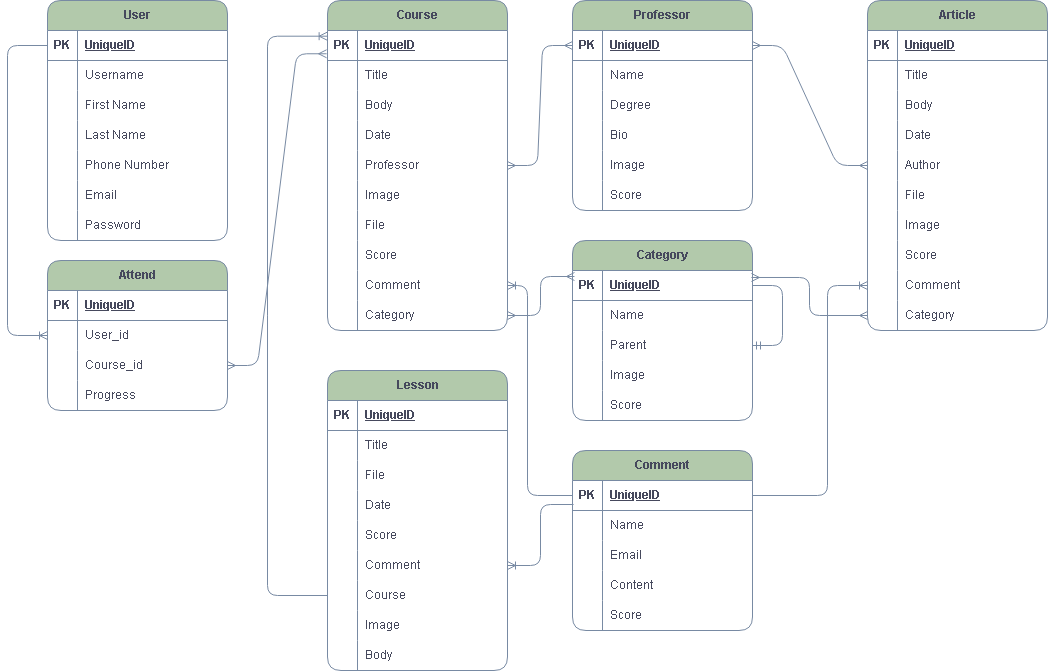
Earlier version of the draw.io export ER diagram/ERD.png (Saeid-Shakeri/AiLearning). Source tidied: cells renumbered, new cells last; positions are measured from the earlier drawing's top-left corner, leaving out a move shared by most shapes.
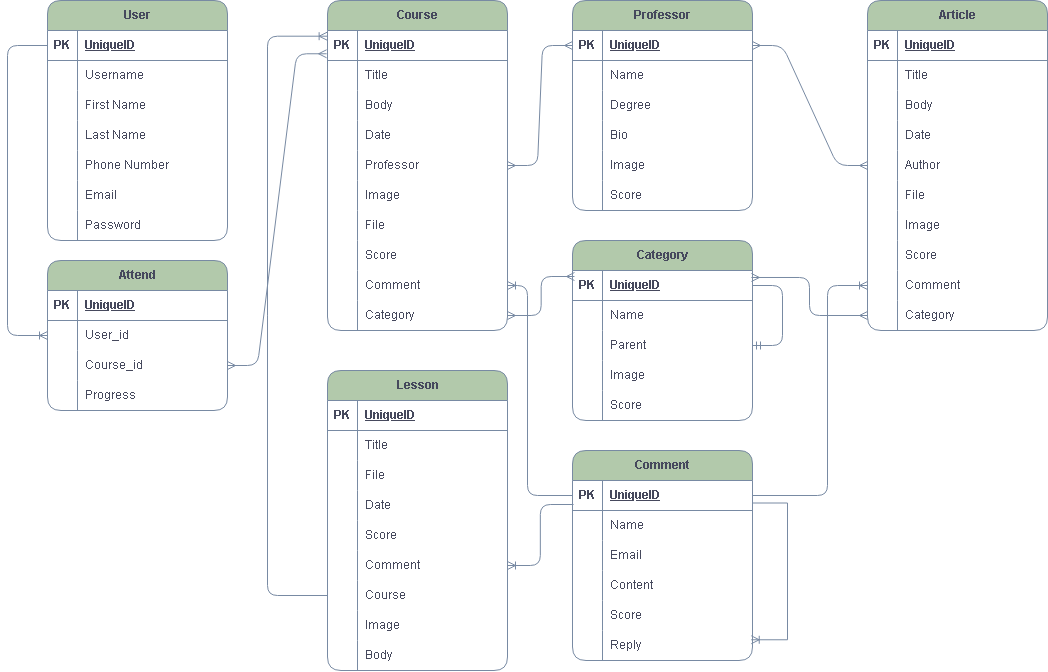
After the commit.

What changed in the source:
```diff
@@ -301,7 +301,7 @@
       </mxGeometry>
     </mxCell>
     <mxCell id="100" value="Comment" style="shape=table;startSize=30;rowLines=0;fontStyle=1;align=center;html=1;labelBackgroundColor=none;fillColor=#B2C9AB;strokeColor=#788AA3;fontColor=#46495D;rounded=1;" parent="1" vertex="1">
-      <mxGeometry x="565" y="450" width="180" height="180" as="geometry" />
+      <mxGeometry x="565" y="450" width="180" height="210" as="geometry" />
     </mxCell>
     <mxCell id="101" style="shape=tableRow;horizontal=0;startSize=0;swimlaneHead=0;swimlaneBody=0;fillColor=none;points=[[0,0.5],[1,0.5]];portConstraint=eastwest;top=0;left=0;right=0;bottom=1;labelBackgroundColor=none;strokeColor=#788AA3;fontColor=#46495D;rounded=1;" parent="100" vertex="1">
       <mxGeometry y="30" width="180" height="30" as="geometry" />
@@ -348,6 +348,22 @@
     <mxCell id="115" value="Score" style="shape=partialRectangle;fillColor=none;top=0;left=0;bottom=0;right=0;align=left;spacingLeft=6;overflow=hidden;whiteSpace=wrap;html=1;labelBackgroundColor=none;strokeColor=#788AA3;fontColor=#46495D;rounded=1;" parent="113" vertex="1">
       <mxGeometry x="30" width="150" height="30" as="geometry" />
     </mxCell>
+    <mxCell id="189" style="shape=tableRow;horizontal=0;startSize=0;swimlaneHead=0;swimlaneBody=0;fillColor=none;points=[[0,0.5],[1,0.5]];portConstraint=eastwest;top=0;left=0;right=0;bottom=0;labelBackgroundColor=none;strokeColor=#788AA3;fontColor=#46495D;rounded=1;" parent="100" vertex="1">
+      <mxGeometry y="180" width="180" height="30" as="geometry" />
+    </mxCell>
+    <mxCell id="190" style="shape=partialRectangle;fillColor=none;top=0;left=0;bottom=0;right=0;overflow=hidden;whiteSpace=wrap;html=1;labelBackgroundColor=none;strokeColor=#788AA3;fontColor=#46495D;rounded=1;" parent="189" vertex="1">
+      <mxGeometry width="30" height="30" as="geometry" />
+    </mxCell>
+    <mxCell id="191" value="Reply" style="shape=partialRectangle;fillColor=none;top=0;left=0;bottom=0;right=0;align=left;spacingLeft=6;overflow=hidden;whiteSpace=wrap;html=1;labelBackgroundColor=none;strokeColor=#788AA3;fontColor=#46495D;rounded=1;" parent="189" vertex="1">
+      <mxGeometry x="30" width="150" height="30" as="geometry" />
+    </mxCell>
+    <mxCell id="192" style="edgeStyle=elbowEdgeStyle;fontSize=12;html=1;endArrow=ERoneToMany;rounded=0;entryX=0.993;entryY=0.309;entryDx=0;entryDy=0;entryPerimeter=0;exitX=1;exitY=0.25;exitDx=0;exitDy=0;strokeColor=#788AA3;" parent="100" edge="1" source="100" target="189">
+      <mxGeometry relative="1" as="geometry">
+        <Array as="points">
+          <mxPoint x="215" y="110" />
+        </Array>
+      </mxGeometry>
+    </mxCell>
     <mxCell id="116" style="edgeStyle=entityRelationEdgeStyle;fontSize=12;html=1;endArrow=ERmany;startArrow=ERmany;rounded=1;strokeColor=#788AA3;fontColor=default;fillColor=#B2C9AB;entryX=0;entryY=0.5;entryDx=0;entryDy=0;exitX=1;exitY=0.5;exitDx=0;exitDy=0;labelBackgroundColor=none;" parent="1" edge="1" source="65" target="46">
       <mxGeometry relative="1" as="geometry" />
     </mxCell>
```
